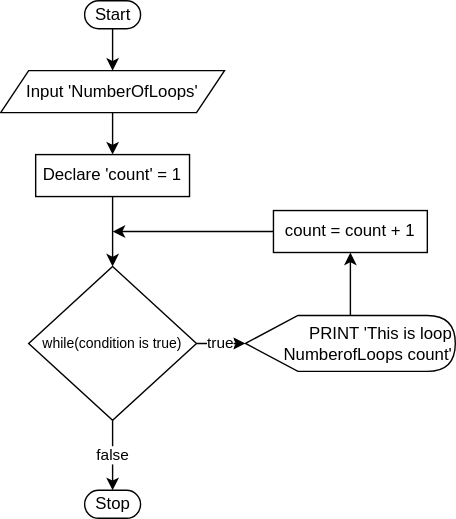
This is 4pretest/drawio/diagram2.drawio.svg from amydevs/php-assignments, a draw.io export, as it was before one commit. Source tidied: cells renumbered, new cells last; positions are measured from the earlier drawing's top-left corner, leaving out a move shared by most shapes. Its diagram source:
```xml
<mxGraphModel>
  <root>
    <mxCell id="0" />
    <mxCell id="1" parent="0" />
    <mxCell id="2" style="edgeStyle=orthogonalEdgeStyle;rounded=0;jettySize=auto;html=1;" parent="1" edge="1" source="3" target="5">
      <mxGeometry relative="1" as="geometry" />
    </mxCell>
    <mxCell id="3" value="Start" style="html=1;dashed=0;whitespace=wrap;shape=mxgraph.dfd.start;" parent="1" vertex="1">
      <mxGeometry x="60" width="40" height="20" as="geometry" />
    </mxCell>
    <mxCell id="4" style="edgeStyle=orthogonalEdgeStyle;rounded=0;jettySize=auto;html=1;" parent="1" edge="1" source="10" target="8">
      <mxGeometry relative="1" as="geometry" />
    </mxCell>
    <mxCell id="5" value="&lt;font style=&quot;font-size: 12px&quot;&gt;Input 'NumberOfLoops'&lt;/font&gt;" style="shape=parallelogram;perimeter=parallelogramPerimeter;whiteSpace=wrap;html=1;fixedSize=1;" parent="1" vertex="1">
      <mxGeometry y="50" width="160" height="30" as="geometry" />
    </mxCell>
    <mxCell id="6" value="false" style="edgeStyle=orthogonalEdgeStyle;rounded=0;jettySize=auto;html=1;exitX=0.5;exitY=1;exitDx=0;exitDy=0;entryX=0.5;entryY=0.5;entryDx=0;entryDy=-10;entryPerimeter=0;" parent="1" edge="1" source="8" target="9">
      <mxGeometry relative="1" as="geometry" />
    </mxCell>
    <mxCell id="7" value="true" style="edgeStyle=orthogonalEdgeStyle;rounded=0;jettySize=auto;html=1;" parent="1" edge="1" source="8" target="13">
      <mxGeometry relative="1" as="geometry" />
    </mxCell>
    <mxCell id="8" value="&lt;font style=&quot;font-size: 10px&quot;&gt;while(condition is true)&lt;/font&gt;" style="rhombus;whiteSpace=wrap;html=1;" parent="1" vertex="1">
      <mxGeometry x="20" y="190" width="120" height="110" as="geometry" />
    </mxCell>
    <mxCell id="9" value="Stop" style="html=1;dashed=0;whitespace=wrap;shape=mxgraph.dfd.start;" parent="1" vertex="1">
      <mxGeometry x="60" y="350" width="40" height="20" as="geometry" />
    </mxCell>
    <mxCell id="10" value="Declare 'count' = 1" style="rounded=0;whiteSpace=wrap;html=1;" parent="1" vertex="1">
      <mxGeometry x="25" y="110" width="110" height="30" as="geometry" />
    </mxCell>
    <mxCell id="11" style="edgeStyle=orthogonalEdgeStyle;rounded=0;jettySize=auto;html=1;" parent="1" edge="1" source="5" target="10">
      <mxGeometry relative="1" as="geometry" />
    </mxCell>
    <mxCell id="12" style="edgeStyle=orthogonalEdgeStyle;rounded=0;jettySize=auto;html=1;" parent="1" edge="1" source="13" target="15">
      <mxGeometry relative="1" as="geometry" />
    </mxCell>
    <mxCell id="13" value="PRINT 'This is loop NumberofLoops count'" style="shape=display;whiteSpace=wrap;html=1;align=right;" parent="1" vertex="1">
      <mxGeometry x="175" y="225" width="150" height="40" as="geometry" />
    </mxCell>
    <mxCell id="14" style="edgeStyle=orthogonalEdgeStyle;rounded=0;jettySize=auto;html=1;" parent="1" edge="1" source="15">
      <mxGeometry relative="1" as="geometry">
        <mxPoint x="80" y="165" as="targetPoint" />
      </mxGeometry>
    </mxCell>
    <mxCell id="15" value="count = count + 1" style="rounded=0;whiteSpace=wrap;html=1;" parent="1" vertex="1">
      <mxGeometry x="195" y="150" width="110" height="30" as="geometry" />
    </mxCell>
  </root>
</mxGraphModel>
```
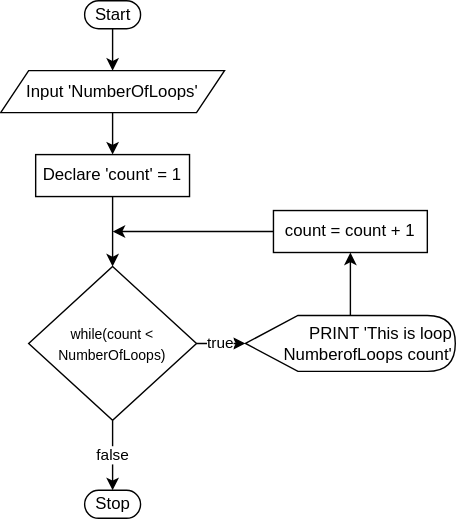
Later version of the same file.

The edit, as a diff of the source:
```diff
@@ -20,7 +20,7 @@
     <mxCell id="7" value="true" style="edgeStyle=orthogonalEdgeStyle;rounded=0;jettySize=auto;html=1;" parent="1" edge="1" source="8" target="13">
       <mxGeometry relative="1" as="geometry" />
     </mxCell>
-    <mxCell id="8" value="&lt;font style=&quot;font-size: 10px&quot;&gt;while(condition is true)&lt;/font&gt;" style="rhombus;whiteSpace=wrap;html=1;" parent="1" vertex="1">
+    <mxCell id="8" value="&lt;font style=&quot;font-size: 10px&quot;&gt;while(count &amp;lt; NumberOfLoops)&lt;/font&gt;" style="rhombus;whiteSpace=wrap;html=1;" parent="1" vertex="1">
       <mxGeometry x="20" y="190" width="120" height="110" as="geometry" />
     </mxCell>
     <mxCell id="9" value="Stop" style="html=1;dashed=0;whitespace=wrap;shape=mxgraph.dfd.start;" parent="1" vertex="1">
```
